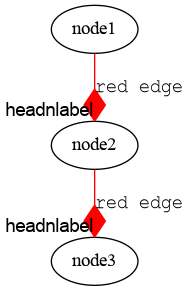
jingtaozf/s-graphviz keeps this Graphviz diagram as images/edge1.png. Above is the earlier version. Its source is kept beside it as images/edge1.dot.
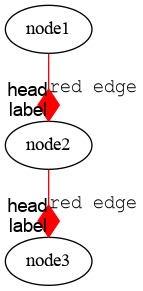
After the change.

What changed in the source:
```diff
@@ -1,4 +1,4 @@
 
 digraph {
-  node1 -> node2 -> node3 [arrowhead = diamond, color = "#FF0000", headlabel = "headnlabel", label = "red edge", labelfontname = "Arial", fontname = "courier", arrowsize = 2];
+  node1 -> node2 -> node3 [arrowhead = diamond, color = "#FF0000", headlabel = "head\nlabel", label = "red edge", labelfontname = "Arial", fontname = "courier", arrowsize = 2];
 }
```
